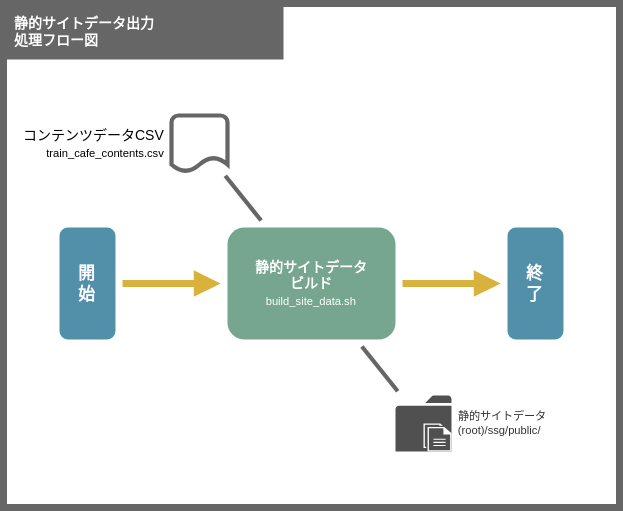
Earlier version of the draw.io export doc/201_設計/01510206_静的サイトデータ出力_処理フロー図.drawio.svg (take4bcreators/cafe-train-prj). Source tidied: cells renumbered, new cells last; positions are measured from the earlier drawing's top-left corner, leaving out a move shared by most shapes.
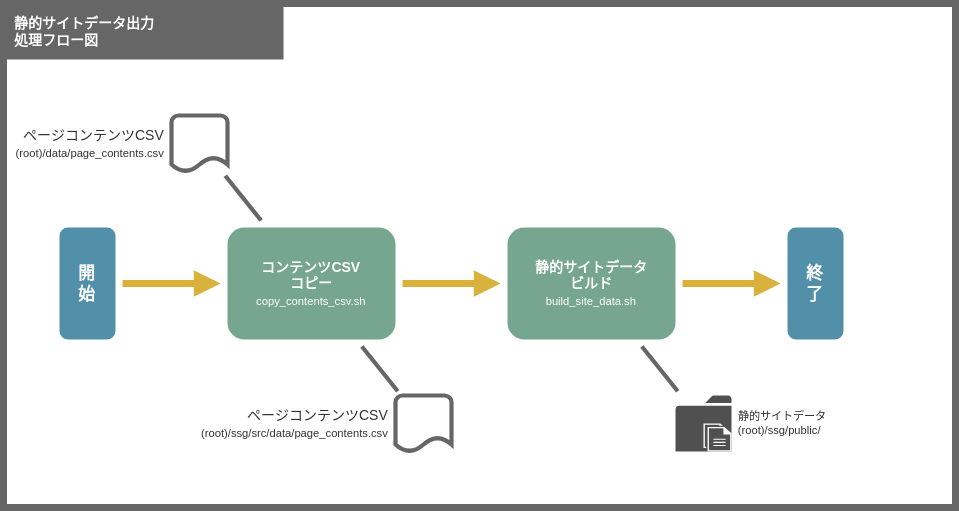
The same file after the commit.

Commit message:
設計書更新

Change to the diagram source:
```diff
@@ -3,14 +3,14 @@
     <mxCell id="0" />
     <mxCell id="1" value="背景" parent="0" />
     <mxCell id="2" style="rounded=0;whiteSpace=wrap;html=1;fillColor=#FFFFFF;strokeColor=#666666;strokeWidth=5;fontSize=10;" parent="1" vertex="1">
-      <mxGeometry width="440" height="360" as="geometry" />
+      <mxGeometry width="680" height="360" as="geometry" />
     </mxCell>
     <mxCell id="3" value="メイン" parent="0" />
     <mxCell id="4" value="静的サイトデータ出力&lt;br&gt;処理フロー図" style="rounded=0;whiteSpace=wrap;html=1;fillColor=#666666;strokeColor=none;strokeWidth=5;fontSize=10;fontColor=#FFFFFF;align=left;spacingLeft=6;spacingRight=6;fontStyle=1;" parent="3" vertex="1">
       <mxGeometry width="200" height="40" as="geometry" />
     </mxCell>
     <mxCell id="5" value="静的サイトデータ&#10;(root)/ssg/public/" style="group;labelPosition=right;verticalLabelPosition=middle;align=left;verticalAlign=middle;spacingLeft=3;spacingRight=3;fontSize=8;perimeterSpacing=0;fontColor=#333333;" parent="3" vertex="1">
-      <mxGeometry x="280" y="280" width="40" height="40" as="geometry" />
+      <mxGeometry x="480" y="280" width="40" height="40" as="geometry" />
     </mxCell>
     <mxCell id="6" style="sketch=0;shadow=0;dashed=0;html=1;strokeColor=none;fillColor=#505050;labelPosition=center;verticalLabelPosition=bottom;verticalAlign=top;outlineConnect=0;align=center;shape=mxgraph.office.concepts.folder;perimeterSpacing=3;" parent="5" vertex="1">
       <mxGeometry width="40" height="40" as="geometry" />
@@ -25,22 +25,34 @@
       <mxGeometry relative="1" as="geometry" />
     </mxCell>
     <mxCell id="10" value="&lt;div&gt;&lt;span&gt;&lt;b&gt;静的サイトデータ&lt;/b&gt;&lt;/span&gt;&lt;/div&gt;&lt;div&gt;&lt;span&gt;&lt;b&gt;ビルド&lt;/b&gt;&lt;/span&gt;&lt;/div&gt;&lt;span&gt;&lt;font style=&quot;font-size: 8px&quot;&gt;build_site_data.sh&lt;/font&gt;&lt;/span&gt;" style="rounded=1;whiteSpace=wrap;html=1;fillColor=#76A68F;strokeColor=none;strokeWidth=5;fontSize=10;perimeterSpacing=5;fontColor=#FFFFFF;align=center;" parent="3" vertex="1">
-      <mxGeometry x="160" y="160" width="120" height="80" as="geometry" />
+      <mxGeometry x="360" y="160" width="120" height="80" as="geometry" />
     </mxCell>
-    <mxCell id="11" style="edgeStyle=none;shape=connector;rounded=1;html=1;labelBackgroundColor=default;fontFamily=Helvetica;fontSize=10;fontColor=default;endArrow=block;endFill=1;strokeColor=#D9B23D;strokeWidth=5;startArrow=none;" parent="3" edge="1" source="12" target="10">
+    <mxCell id="11" style="edgeStyle=none;shape=connector;rounded=1;html=1;labelBackgroundColor=default;fontFamily=Helvetica;fontSize=10;fontColor=default;endArrow=block;endFill=1;strokeColor=#D9B23D;strokeWidth=5;startArrow=none;" parent="3" edge="1" source="12" target="18">
       <mxGeometry relative="1" as="geometry" />
     </mxCell>
     <mxCell id="12" value="開&lt;br&gt;始" style="rounded=1;whiteSpace=wrap;html=1;fillColor=#528FA8;strokeColor=none;strokeWidth=5;perimeterSpacing=5;fontColor=#FFFFFF;fontStyle=1;" parent="3" vertex="1">
       <mxGeometry x="40" y="160" width="40" height="80" as="geometry" />
     </mxCell>
     <mxCell id="13" value="終&lt;br&gt;了" style="rounded=1;whiteSpace=wrap;html=1;fillColor=#528FA8;strokeColor=none;strokeWidth=5;perimeterSpacing=5;fontColor=#FFFFFF;fontStyle=1;" parent="3" vertex="1">
-      <mxGeometry x="360" y="160" width="40" height="80" as="geometry" />
+      <mxGeometry x="560" y="160" width="40" height="80" as="geometry" />
     </mxCell>
-    <mxCell id="14" style="edgeStyle=none;shape=connector;rounded=1;html=1;labelBackgroundColor=default;fontFamily=Helvetica;fontSize=6;fontColor=default;endArrow=none;endFill=0;strokeColor=#666666;strokeWidth=3;" parent="3" edge="1" source="15" target="10">
+    <mxCell id="14" style="edgeStyle=none;shape=connector;rounded=1;html=1;labelBackgroundColor=default;fontFamily=Helvetica;fontSize=6;fontColor=default;endArrow=none;endFill=0;strokeColor=#666666;strokeWidth=3;" parent="3" edge="1" source="15" target="18">
       <mxGeometry relative="1" as="geometry" />
     </mxCell>
-    <mxCell id="15" value="&lt;span style=&quot;color: rgb(0 , 0 , 0)&quot;&gt;コンテンツデータCSV&lt;/span&gt;&lt;br style=&quot;color: rgb(0 , 0 , 0)&quot;&gt;&lt;font style=&quot;color: rgb(0 , 0 , 0) ; text-align: left ; font-size: 8px&quot;&gt;train_cafe_contents.csv&lt;/font&gt;" style="strokeWidth=3;html=1;shape=mxgraph.flowchart.document2;size=0.25;strokeColor=#666666;align=right;labelPosition=left;verticalLabelPosition=middle;verticalAlign=middle;fontSize=10;spacingTop=4;spacingBottom=4;spacingLeft=4;spacingRight=4;perimeterSpacing=3;fontColor=#333333;fillColor=#FFFFFF;" parent="3" vertex="1">
+    <mxCell id="15" value="ページコンテンツCSV&lt;br&gt;&lt;font style=&quot;font-size: 8px&quot;&gt;(root)/data/page_contents.csv&lt;/font&gt;" style="strokeWidth=3;html=1;shape=mxgraph.flowchart.document2;size=0.25;strokeColor=#666666;align=right;labelPosition=left;verticalLabelPosition=middle;verticalAlign=middle;fontSize=10;spacingTop=4;spacingBottom=4;spacingLeft=4;spacingRight=4;perimeterSpacing=3;fontColor=#333333;fillColor=#FFFFFF;" parent="3" vertex="1">
       <mxGeometry x="120" y="80" width="40" height="40" as="geometry" />
     </mxCell>
+    <mxCell id="16" style="edgeStyle=none;shape=connector;rounded=1;html=1;labelBackgroundColor=default;fontFamily=Helvetica;fontSize=10;fontColor=default;startArrow=none;endArrow=block;endFill=1;strokeColor=#D9B23D;strokeWidth=5;" parent="3" edge="1" source="18" target="10">
+      <mxGeometry relative="1" as="geometry" />
+    </mxCell>
+    <mxCell id="17" style="edgeStyle=none;shape=connector;rounded=1;html=1;labelBackgroundColor=default;fontFamily=Helvetica;fontSize=6;fontColor=default;endArrow=none;endFill=0;strokeColor=#666666;strokeWidth=3;" parent="3" edge="1" source="18" target="19">
+      <mxGeometry relative="1" as="geometry" />
+    </mxCell>
+    <mxCell id="18" value="&lt;div&gt;&lt;span&gt;&lt;b&gt;コンテンツCSV&lt;/b&gt;&lt;/span&gt;&lt;/div&gt;&lt;div&gt;&lt;span&gt;&lt;b&gt;コピー&lt;/b&gt;&lt;/span&gt;&lt;/div&gt;&lt;span&gt;&lt;font style=&quot;font-size: 8px&quot;&gt;copy_contents_csv.sh&lt;/font&gt;&lt;/span&gt;" style="rounded=1;whiteSpace=wrap;html=1;fillColor=#76A68F;strokeColor=none;strokeWidth=5;fontSize=10;perimeterSpacing=5;fontColor=#FFFFFF;align=center;" parent="3" vertex="1">
+      <mxGeometry x="160" y="160" width="120" height="80" as="geometry" />
+    </mxCell>
+    <mxCell id="19" value="ページコンテンツCSV&lt;br&gt;&lt;font style=&quot;font-size: 8px&quot;&gt;(root)/ssg/src/data/page_contents.csv&lt;/font&gt;" style="strokeWidth=3;html=1;shape=mxgraph.flowchart.document2;size=0.25;strokeColor=#666666;align=right;labelPosition=left;verticalLabelPosition=middle;verticalAlign=middle;fontSize=10;spacingTop=4;spacingBottom=4;spacingLeft=4;spacingRight=4;perimeterSpacing=3;fontColor=#333333;fillColor=#FFFFFF;" parent="3" vertex="1">
+      <mxGeometry x="280" y="280" width="40" height="40" as="geometry" />
+    </mxCell>
   </root>
 </mxGraphModel>
```
